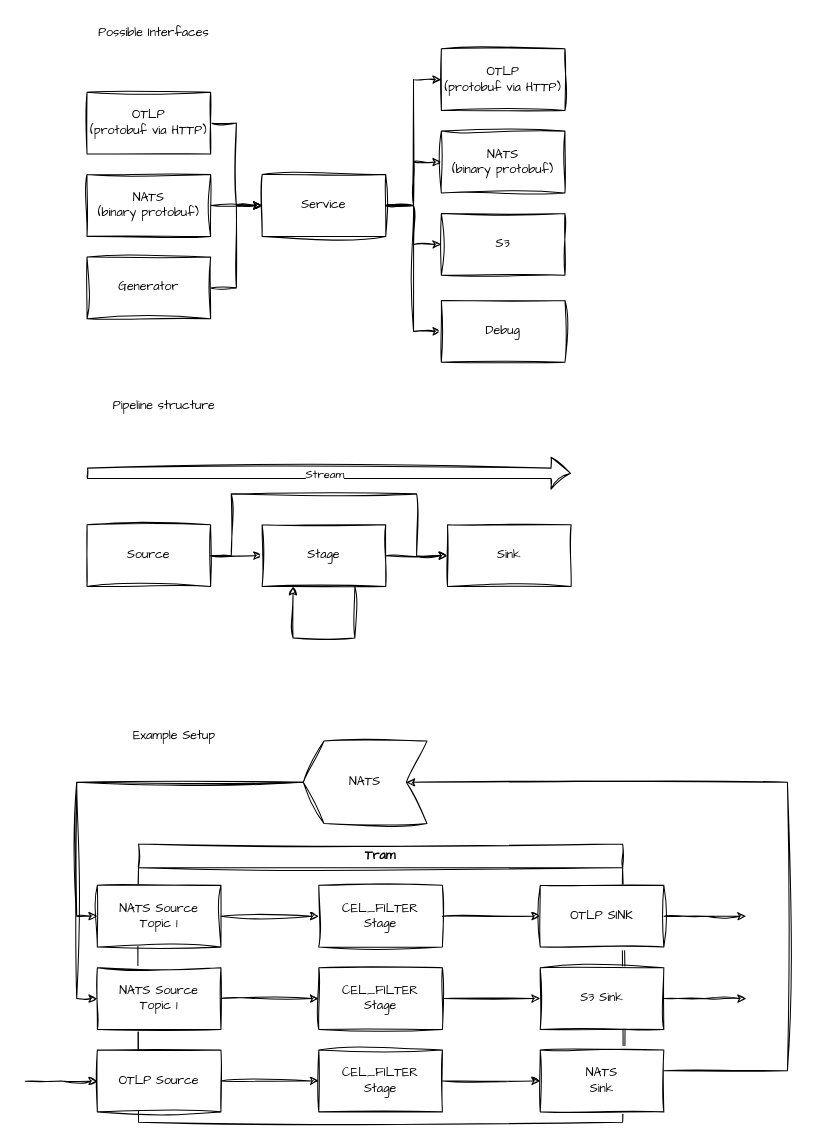
GO-TRAM/TRAM keeps this draw.io diagram as docs/assets/stream.drawio. Above is the earlier version. Source tidied: cells renumbered, new cells numbered last; positions are measured from the earlier drawing's top-left corner, leaving out a move shared by most shapes. Both pictures are drawn from the tidied source at 103%, with x=0, y=0 at pixel (25, 18).
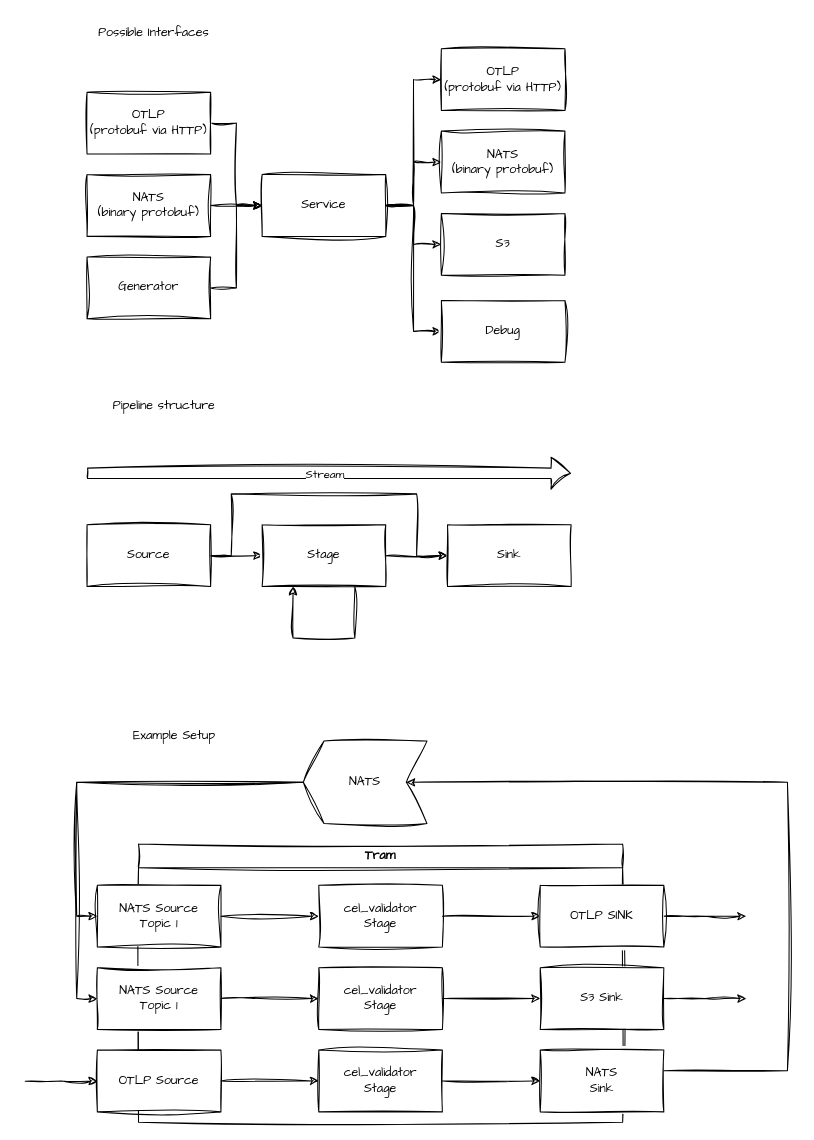
After the change.

Commit message (it also covers changes not shown here):
Rename cel_filter component to cel_validator

The change refers to these unchanged cells:
```xml
<mxCell id="29" value="Tram" style="swimlane;whiteSpace=wrap;html=1;sketch=1;hachureGap=4;jiggle=2;curveFitting=1;fontFamily=Architects Daughter;" parent="1" vertex="1">
  <mxGeometry x="110" y="802" width="470" height="270" as="geometry" />
</mxCell>
```

Change to the diagram source:
```diff
@@
-    <mxCell id="34" value="CEL_FILTER&lt;br&gt;Stage" style="rounded=0;whiteSpace=wrap;html=1;sketch=1;hachureGap=4;jiggle=2;curveFitting=1;fontFamily=Architects Daughter;" parent="29" vertex="1">
+    <mxCell id="34" value="cel_validator&lt;br&gt;Stage" style="rounded=0;whiteSpace=wrap;html=1;sketch=1;hachureGap=4;jiggle=2;curveFitting=1;fontFamily=Architects Daughter;" parent="29" vertex="1">
       <mxGeometry x="175" y="200" width="120" height="60" as="geometry" />
     </mxCell>
@@
-    <mxCell id="39" value="CEL_FILTER&lt;br&gt;Stage" style="rounded=0;whiteSpace=wrap;html=1;sketch=1;hachureGap=4;jiggle=2;curveFitting=1;fontFamily=Architects Daughter;" parent="29" vertex="1">
+    <mxCell id="39" value="cel_validator&lt;br&gt;Stage" style="rounded=0;whiteSpace=wrap;html=1;sketch=1;hachureGap=4;jiggle=2;curveFitting=1;fontFamily=Architects Daughter;" parent="29" vertex="1">
       <mxGeometry x="175" y="40" width="120" height="60" as="geometry" />
     </mxCell>
@@
-    <mxCell id="47" value="CEL_FILTER&lt;br&gt;Stage" style="rounded=0;whiteSpace=wrap;html=1;sketch=1;hachureGap=4;jiggle=2;curveFitting=1;fontFamily=Architects Daughter;" parent="29" vertex="1">
+    <mxCell id="47" value="cel_validator&lt;br&gt;Stage" style="rounded=0;whiteSpace=wrap;html=1;sketch=1;hachureGap=4;jiggle=2;curveFitting=1;fontFamily=Architects Daughter;" parent="29" vertex="1">
       <mxGeometry x="175" y="120" width="120" height="60" as="geometry" />
     </mxCell>
```
